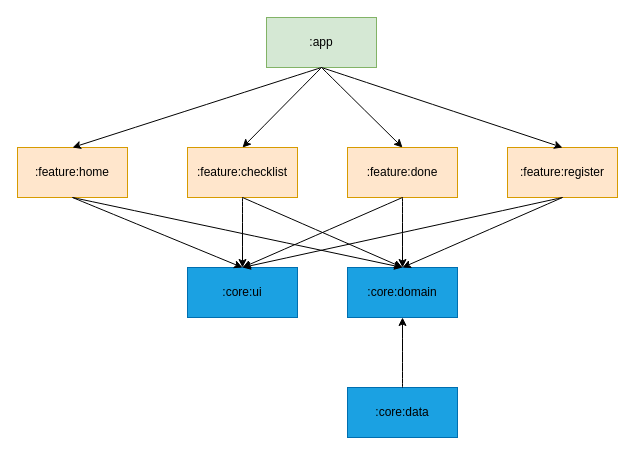
Before: docs/module.drawio in Nkot117/GoSmart, a draw.io diagram. Source tidied: cells renumbered, new cells numbered last; positions are measured from the earlier drawing's top-left corner, leaving out a move shared by most shapes. Both pictures are drawn from the tidied source at 100%, with x=0, y=0 at pixel (17, 17).
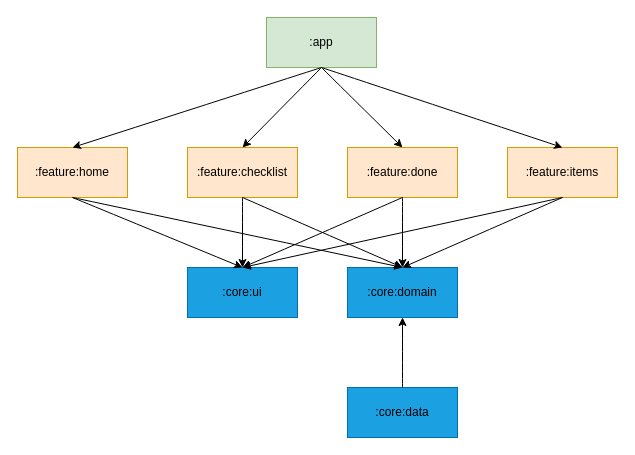
The same diagram, later.

What changed in the source:
```diff
@@
-    <mxCell id="6" value="&lt;font&gt;:feature:register&lt;/font&gt;" style="html=1;whiteSpace=wrap;fillColor=#ffe6cc;strokeColor=#d79b00;fontColor=#000000;" parent="1" vertex="1">
+    <mxCell id="6" value="&lt;font&gt;:feature:items&lt;/font&gt;" style="html=1;whiteSpace=wrap;fillColor=#ffe6cc;strokeColor=#d79b00;fontColor=#000000;" parent="1" vertex="1">
       <mxGeometry x="490" y="130" width="110" height="50" as="geometry" />
     </mxCell>
```
